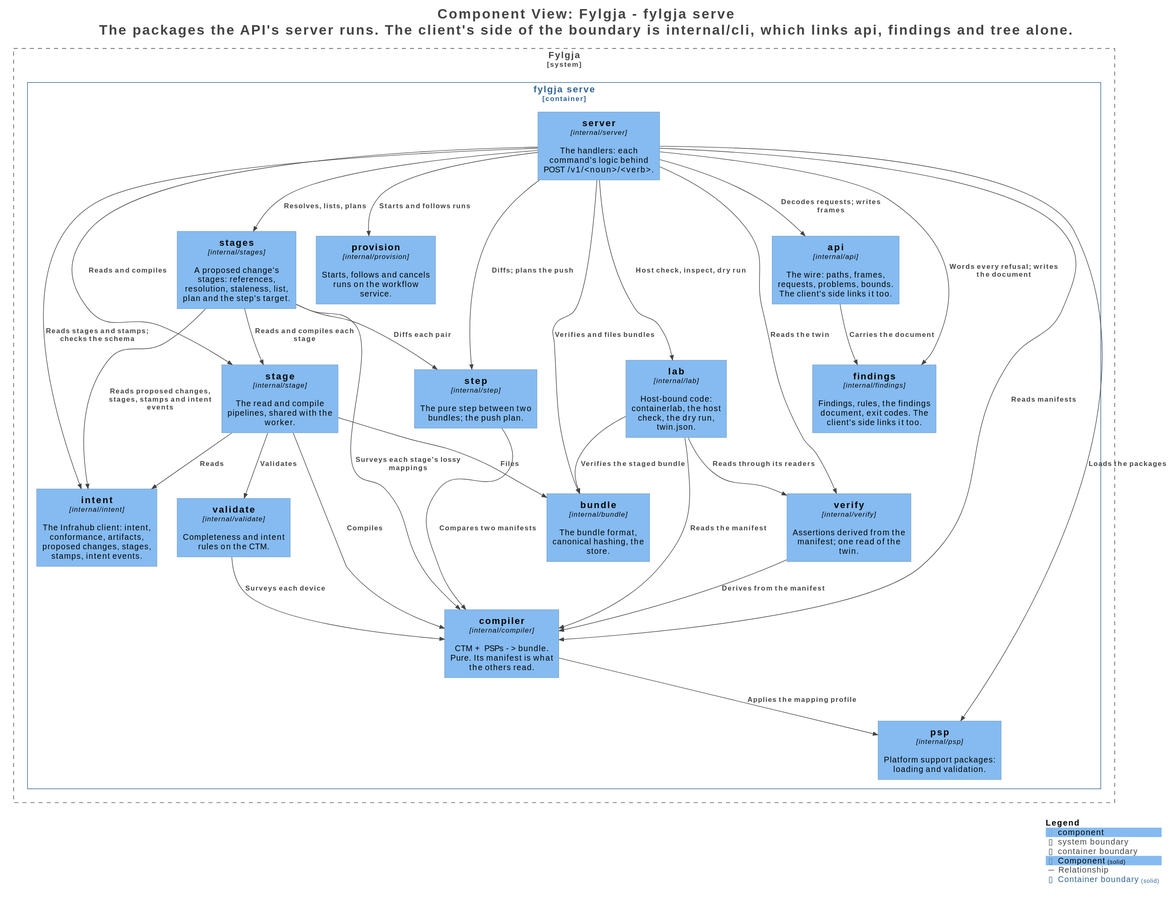
Before: docs/c4/structurizr-ServerComponents.svg, a diagram exported from PlantUML (happypathnetworking/fylgja).
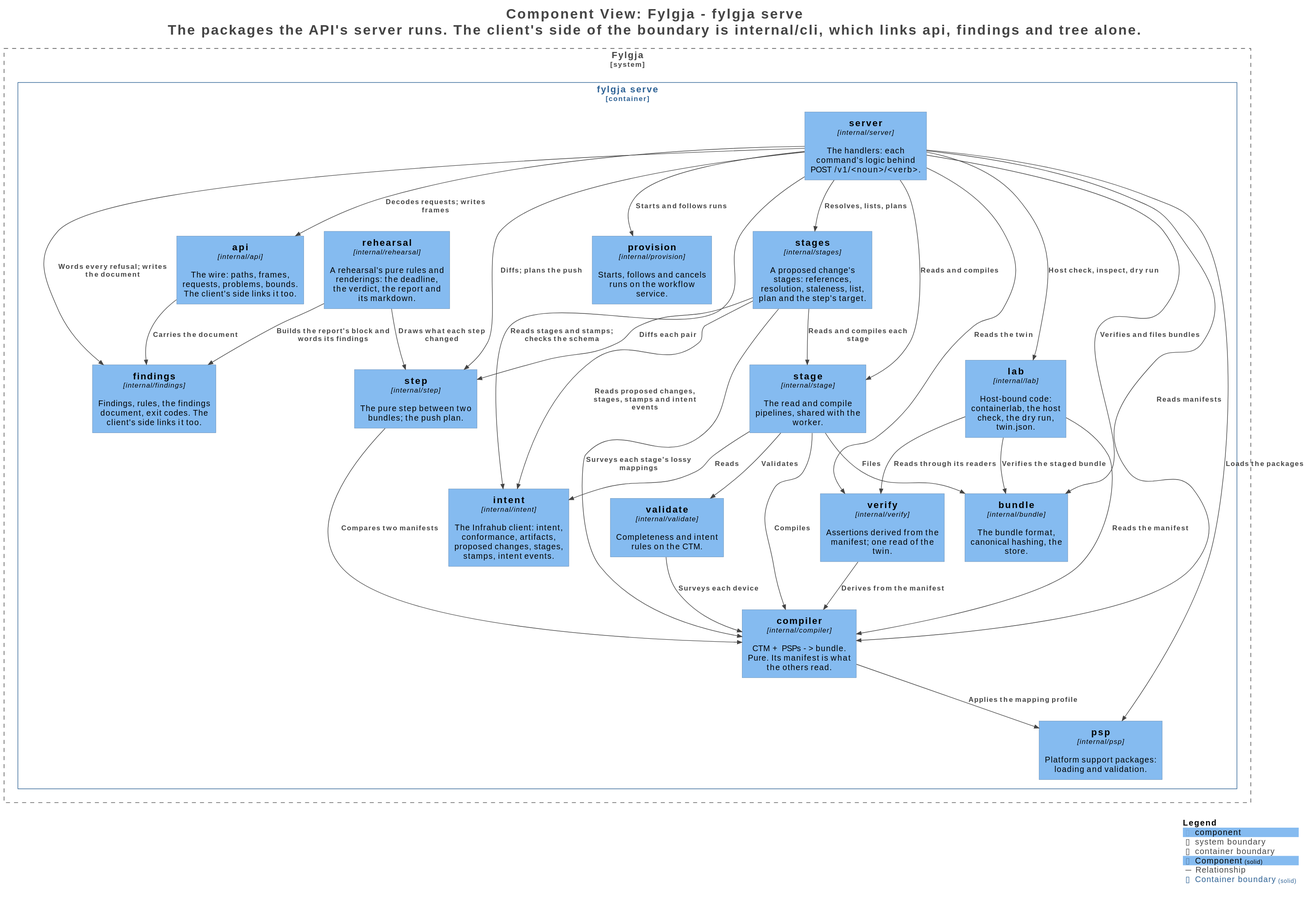
After the change.

Commit message:
docs(c4): the rehearsal's package redrawn in the server and the worker

Diff of the diagram source:
```diff
@@ -32,6 +32,7 @@
     Component(Fylgja.fylgjaserve.intent, "intent", $techn="internal/intent", $descr="The Infrahub client: intent, conformance, artifacts, proposed changes, stages, stamps, intent events.", $tags="Component", $link="")
     Component(Fylgja.fylgjaserve.validate, "validate", $techn="internal/validate", $descr="Completeness and intent rules on the CTM.", $tags="Component", $link="")
     Component(Fylgja.fylgjaserve.step, "step", $techn="internal/step", $descr="The pure step between two bundles; the push plan.", $tags="Component", $link="")
+    Component(Fylgja.fylgjaserve.rehearsal, "rehearsal", $techn="internal/rehearsal", $descr="A rehearsal's pure rules and renderings: the deadline, the verdict, the report and its markdown.", $tags="Component", $link="")
     Component(Fylgja.fylgjaserve.compiler, "compiler", $techn="internal/compiler", $descr="CTM + PSPs -> bundle. Pure. Its manifest is what the others read.", $tags="Component", $link="")
     Component(Fylgja.fylgjaserve.bundle, "bundle", $techn="internal/bundle", $descr="The bundle format, canonical hashing, the store.", $tags="Component", $link="")
     Component(Fylgja.fylgjaserve.psp, "psp", $techn="internal/psp", $descr="Platform support packages: loading and validation.", $tags="Component", $link="")
@@ -68,6 +69,8 @@
 Rel(Fylgja.fylgjaserve.verify, Fylgja.fylgjaserve.compiler, "Derives from the manifest", $techn="", $tags="Relationship", $link="")
 Rel(Fylgja.fylgjaserve.validate, Fylgja.fylgjaserve.compiler, "Surveys each device", $techn="", $tags="Relationship", $link="")
 Rel(Fylgja.fylgjaserve.step, Fylgja.fylgjaserve.compiler, "Compares two manifests", $techn="", $tags="Relationship", $link="")
+Rel(Fylgja.fylgjaserve.rehearsal, Fylgja.fylgjaserve.findings, "Builds the report's block and words its findings", $techn="", $tags="Relationship", $link="")
+Rel(Fylgja.fylgjaserve.rehearsal, Fylgja.fylgjaserve.step, "Draws what each step changed", $techn="", $tags="Relationship", $link="")
 Rel(Fylgja.fylgjaserve.compiler, Fylgja.fylgjaserve.psp, "Applies the mapping profile", $techn="", $tags="Relationship", $link="")
 
 SHOW_LEGEND(true)
```
